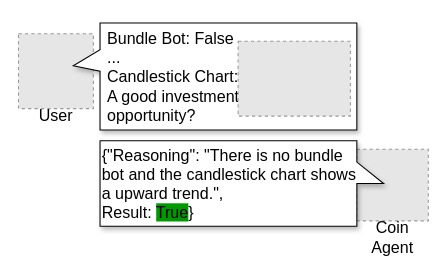
lyc0603/meme keeps this draw.io diagram as diagram/wo_cot.drawio. Above is the earlier version. Source tidied: cells renumbered, new cells numbered last; positions are measured from the earlier drawing's top-left corner, leaving out a move shared by most shapes. Both pictures are drawn from the tidied source at 107%, with x=0, y=0 at pixel (18, 22). Pictures stored in the file or linked from it are replaced by grey dashed boxes.
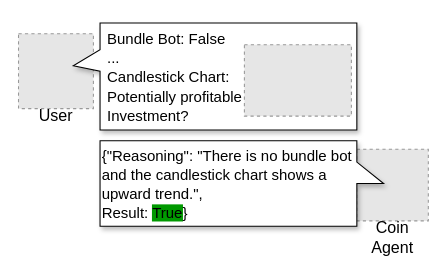
After the change.

What changed in the source:
```diff
@@
 <mxGraphModel>
   <root>
     <mxCell id="0" />
     <mxCell id="1" parent="0" />
     <mxCell id="2" style="fillColor=#E6E6E6;strokeColor=#999999;dashed=1;verticalLabelPosition=bottom;labelBackgroundColor=default;verticalAlign=top;fontSize=15;" parent="1" vertex="1">
       <mxGeometry x="-0.2" y="10" width="70" height="70" as="geometry" />
     </mxCell>
     <mxCell id="3" value="User" style="text;html=1;align=center;verticalAlign=middle;whiteSpace=wrap;rounded=0;fontStyle=0;fontSize=15;" parent="1" vertex="1">
       <mxGeometry x="11" y="80" width="47.5" height="11" as="geometry" />
     </mxCell>
     <mxCell id="4" style="shape=callout;whiteSpace=wrap;html=1;perimeter=calloutPerimeter;direction=south;size=25;position=0.25;position2=0.4;shadow=1;fontSize=15;" parent="1" vertex="1">
       <mxGeometry x="51" width="265" height="100" as="geometry" />
     </mxCell>
-    <mxCell id="5" value="Bundle Bot: False&lt;div&gt;...&lt;/div&gt;&lt;div&gt;Candlestick Chart:&lt;/div&gt;&lt;div&gt;A good investment opportunity?&lt;/div&gt;" style="text;html=1;whiteSpace=wrap;strokeColor=none;fillColor=none;align=left;verticalAlign=middle;rounded=0;fontSize=15;" parent="1" vertex="1">
+    <mxCell id="5" value="&lt;font style=&quot;font-size: 14px;&quot;&gt;Bundle Bot: False&lt;/font&gt;&lt;div&gt;&lt;font style=&quot;font-size: 14px;&quot;&gt;...&lt;/font&gt;&lt;/div&gt;&lt;div&gt;&lt;font style=&quot;font-size: 14px;&quot;&gt;Candlestick Chart:&lt;/font&gt;&lt;/div&gt;&lt;div&gt;&lt;font style=&quot;font-size: 14px;&quot;&gt;Potentially profitable Investment?&lt;/font&gt;&lt;/div&gt;" style="text;html=1;whiteSpace=wrap;strokeColor=none;fillColor=none;align=left;verticalAlign=middle;rounded=0;fontSize=15;" parent="1" vertex="1">
       <mxGeometry x="81" y="12" width="140" height="75" as="geometry" />
     </mxCell>
     <mxCell id="6" style="fillColor=#E6E6E6;strokeColor=#999999;dashed=1;verticalLabelPosition=bottom;labelBackgroundColor=default;verticalAlign=top;fontSize=15;" parent="1" vertex="1">
-      <mxGeometry x="205" y="17" width="105" height="70" as="geometry" />
+      <mxGeometry x="210.9" y="20.3" width="100" height="66.7" as="geometry" />
     </mxCell>
     <mxCell id="7" style="fillColor=#E6E6E6;strokeColor=#999999;dashed=1;verticalLabelPosition=bottom;labelBackgroundColor=default;verticalAlign=top;fontSize=15;" parent="1" vertex="1">
       <mxGeometry x="315.9" y="118" width="66.9" height="66.9" as="geometry" />
     </mxCell>
-    <mxCell id="8" value="&lt;span&gt;{&quot;Reasoning&quot;: &quot;There is no bundle bot and the candlestick chart shows a upward trend.&quot;,&lt;/span&gt;&lt;div&gt;&lt;div&gt;Result: &lt;span style=&quot;background-color: rgb(0, 153, 0);&quot;&gt;True&lt;/span&gt;&lt;span&gt;}&lt;/span&gt;&lt;/div&gt;&lt;/div&gt;" style="shape=callout;whiteSpace=wrap;html=1;perimeter=calloutPerimeter;direction=south;size=25;position=0.25;position2=0.5;flipH=1;legacyAnchorPoints=0;align=left;shadow=1;fontSize=15;" parent="1" vertex="1">
+    <mxCell id="8" value="&lt;span&gt;&lt;font style=&quot;font-size: 14px;&quot;&gt;{&quot;Reasoning&quot;: &quot;There is no bundle bot and the candlestick chart shows a upward trend.&quot;,&lt;/font&gt;&lt;/span&gt;&lt;div&gt;&lt;div&gt;&lt;font style=&quot;font-size: 14px;&quot;&gt;Result: &lt;span style=&quot;background-color: rgb(0, 153, 0);&quot;&gt;True&lt;/span&gt;&lt;span&gt;}&lt;/span&gt;&lt;/font&gt;&lt;/div&gt;&lt;/div&gt;" style="shape=callout;whiteSpace=wrap;html=1;perimeter=calloutPerimeter;direction=south;size=25;position=0.25;position2=0.5;flipH=1;legacyAnchorPoints=0;align=left;shadow=1;fontSize=15;" parent="1" vertex="1">
       <mxGeometry x="76" y="110" width="265" height="80" as="geometry" />
     </mxCell>
     <mxCell id="9" value="Coin Agent" style="text;html=1;align=center;verticalAlign=middle;whiteSpace=wrap;rounded=0;fontStyle=0;fontSize=15;" parent="1" vertex="1">
       <mxGeometry x="318.9" y="184.9" width="61" height="30" as="geometry" />
     </mxCell>
   </root>
 </mxGraphModel>
```
